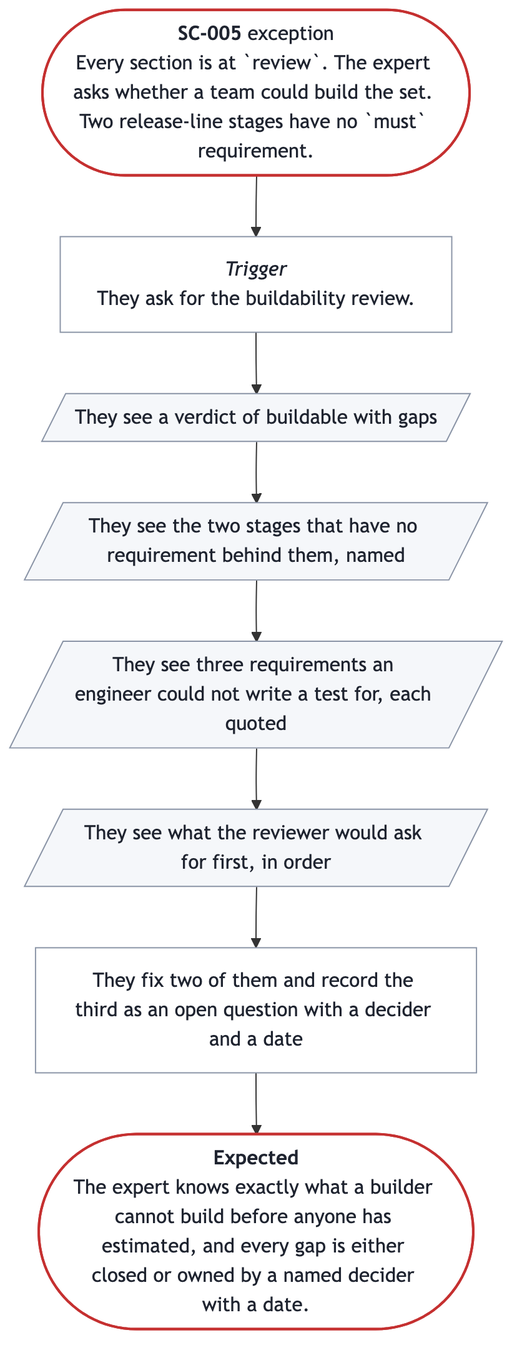
The Mermaid diagram docs/prd/prd-forge/diagrams/SC-005.png in SpillwaveSolutions/prd-forge, before a commit. Its source is kept beside it as docs/prd/prd-forge/diagrams/SC-005.mmd.
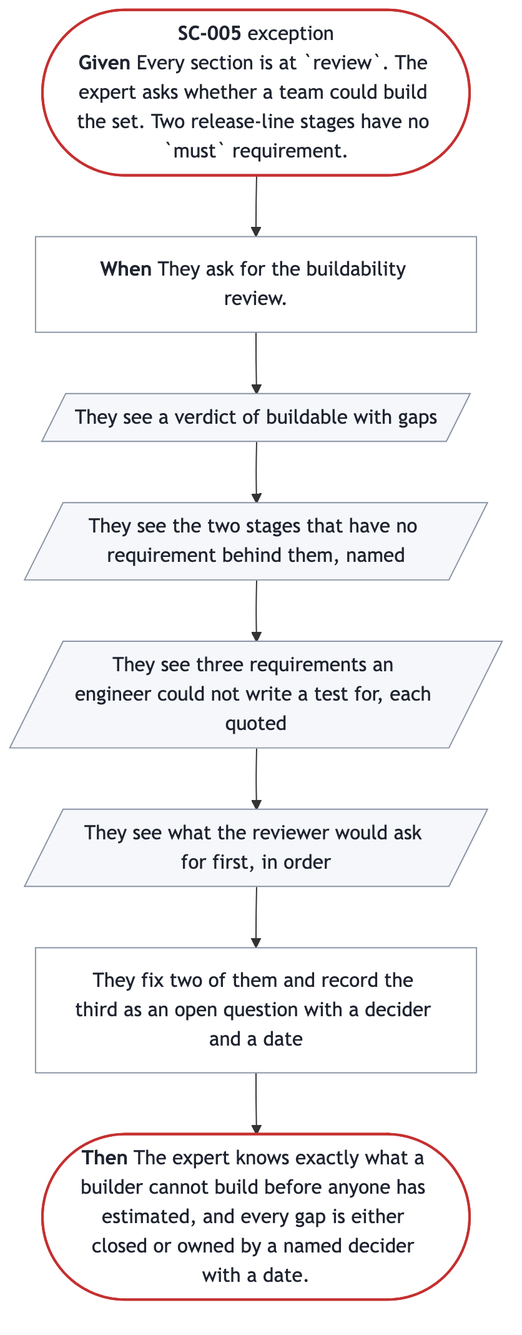
Later version of the same file.

The edit, as a diff of the source:
```diff
@@ -1,13 +1,13 @@
 %%{init: {"flowchart": {"wrappingWidth": 300}}}%%
 flowchart TB
-  start(["<b>SC-005</b> exception<br/>Every section is at `review`. The expert asks whether a team could build the set. Two release-line stages have no `must` requirement."])
-  trigger["<i>Trigger</i><br/>They ask for the buildability review."]
+  start(["<b>SC-005</b> exception<br/><b>Given</b> Every section is at `review`. The expert asks whether a team could build the set. Two release-line stages have no `must` requirement."])
+  trigger["<b>When</b> They ask for the buildability review."]
   s0[/"They see a verdict of buildable with gaps"/]
   s1[/"They see the two stages that have no requirement behind them, named"/]
   s2[/"They see three requirements an engineer could not write a test for, each quoted"/]
   s3[/"They see what the reviewer would ask for first, in order"/]
   s4["They fix two of them and record the third as an open question with a decider and a date"]
-  done(["<b>Expected</b><br/>The expert knows exactly what a builder cannot build before anyone has estimated, and every gap is either closed or owned by a named decider with a date."])
+  done(["<b>Then</b> The expert knows exactly what a builder cannot build before anyone has estimated, and every gap is either closed or owned by a named decider with a date."])
   start --> trigger --> s0 --> s1 --> s2 --> s3 --> s4 --> done
   classDef ends fill:#FFFFFF,stroke:#C53030,stroke-width:2px,color:#1F2430
   classDef sees fill:#F5F7FA,stroke:#8A94A6,color:#1F2430
```
